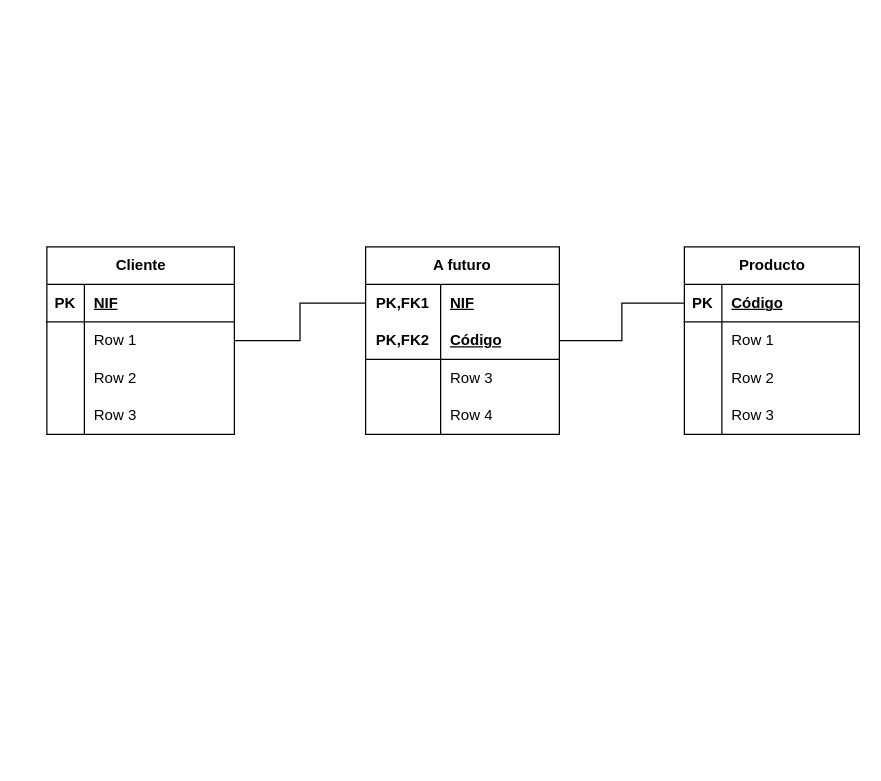
Earlier version of the draw.io diagram EjercicioCalificable.drawio (GRMiguelAngel/Base-Datos). Source tidied: cells renumbered, new cells numbered last; positions are measured from the earlier drawing's top-left corner, leaving out a move shared by most shapes. Both pictures are drawn from the tidied source at 125%, with x=0, y=0 at pixel (46, 246).
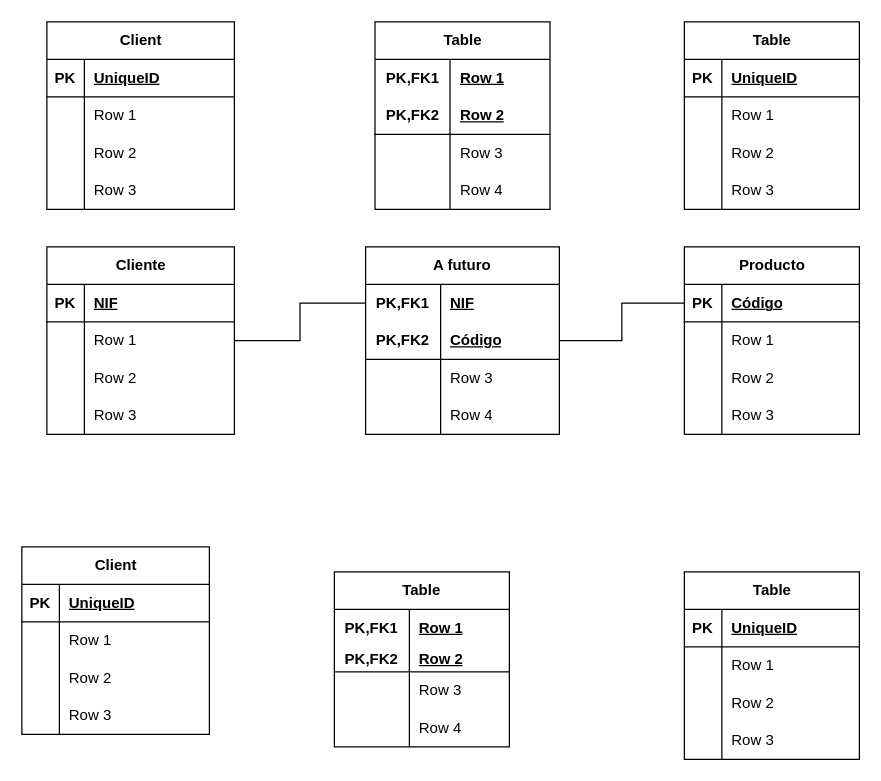
After the change.

Diff of the diagram source:
```diff
@@
+    <mxCell id="43" value="Client" style="shape=table;startSize=30;childLayout=tableLayout;rowLines=0;fontStyle=1;align=center;html=1;" parent="1" vertex="1">
+      <mxGeometry y="-180" width="150" height="150" as="geometry" />
+    </mxCell>
+    <mxCell id="44" style="shape=tableRow;horizontal=0;startSize=0;swimlaneHead=0;swimlaneBody=0;fillColor=none;top=0;left=0;right=0;bottom=1;" parent="43" vertex="1">
+      <mxGeometry y="30" width="150" height="30" as="geometry" />
+    </mxCell>
+    <mxCell id="45" value="PK" style="shape=partialRectangle;fillColor=none;top=0;left=0;bottom=0;right=0;fontStyle=1;overflow=hidden;whiteSpace=wrap;html=1;" parent="44" vertex="1">
+      <mxGeometry width="30" height="30" as="geometry" />
+    </mxCell>
+    <mxCell id="46" value="UniqueID" style="shape=partialRectangle;fillColor=none;top=0;left=0;bottom=0;right=0;align=left;spacingLeft=6;fontStyle=5;overflow=hidden;whiteSpace=wrap;html=1;" parent="44" vertex="1">
+      <mxGeometry x="30" width="120" height="30" as="geometry" />
+    </mxCell>
+    <mxCell id="47" style="shape=tableRow;horizontal=0;startSize=0;swimlaneHead=0;swimlaneBody=0;fillColor=none;top=0;left=0;right=0;bottom=0;" parent="43" vertex="1">
+      <mxGeometry y="60" width="150" height="30" as="geometry" />
+    </mxCell>
+    <mxCell id="48" style="shape=partialRectangle;fillColor=none;top=0;left=0;bottom=0;right=0;overflow=hidden;whiteSpace=wrap;html=1;" parent="47" vertex="1">
+      <mxGeometry width="30" height="30" as="geometry" />
+    </mxCell>
+    <mxCell id="49" value="Row 1" style="shape=partialRectangle;fillColor=none;top=0;left=0;bottom=0;right=0;align=left;spacingLeft=6;overflow=hidden;whiteSpace=wrap;html=1;" parent="47" vertex="1">
+      <mxGeometry x="30" width="120" height="30" as="geometry" />
+    </mxCell>
+    <mxCell id="50" style="shape=tableRow;horizontal=0;startSize=0;swimlaneHead=0;swimlaneBody=0;fillColor=none;top=0;left=0;right=0;bottom=0;" parent="43" vertex="1">
+      <mxGeometry y="90" width="150" height="30" as="geometry" />
+    </mxCell>
+    <mxCell id="51" style="shape=partialRectangle;fillColor=none;top=0;left=0;bottom=0;right=0;overflow=hidden;whiteSpace=wrap;html=1;" parent="50" vertex="1">
+      <mxGeometry width="30" height="30" as="geometry" />
+    </mxCell>
+    <mxCell id="52" value="Row 2" style="shape=partialRectangle;fillColor=none;top=0;left=0;bottom=0;right=0;align=left;spacingLeft=6;overflow=hidden;whiteSpace=wrap;html=1;" parent="50" vertex="1">
+      <mxGeometry x="30" width="120" height="30" as="geometry" />
+    </mxCell>
+    <mxCell id="53" style="shape=tableRow;horizontal=0;startSize=0;swimlaneHead=0;swimlaneBody=0;fillColor=none;top=0;left=0;right=0;bottom=0;" parent="43" vertex="1">
+      <mxGeometry y="120" width="150" height="30" as="geometry" />
+    </mxCell>
+    <mxCell id="54" style="shape=partialRectangle;fillColor=none;top=0;left=0;bottom=0;right=0;overflow=hidden;whiteSpace=wrap;html=1;" parent="53" vertex="1">
+      <mxGeometry width="30" height="30" as="geometry" />
+    </mxCell>
+    <mxCell id="55" value="Row 3" style="shape=partialRectangle;fillColor=none;top=0;left=0;bottom=0;right=0;align=left;spacingLeft=6;overflow=hidden;whiteSpace=wrap;html=1;" parent="53" vertex="1">
+      <mxGeometry x="30" width="120" height="30" as="geometry" />
+    </mxCell>
+    <mxCell id="56" value="Table" style="shape=table;startSize=30;childLayout=tableLayout;rowLines=0;fontStyle=1;align=center;html=1;" parent="1" vertex="1">
+      <mxGeometry x="510" y="-180" width="140" height="150" as="geometry" />
+    </mxCell>
+    <mxCell id="57" style="shape=tableRow;horizontal=0;startSize=0;swimlaneHead=0;swimlaneBody=0;fillColor=none;top=0;left=0;right=0;bottom=1;" parent="56" vertex="1">
+      <mxGeometry y="30" width="140" height="30" as="geometry" />
+    </mxCell>
+    <mxCell id="58" value="PK" style="shape=partialRectangle;fillColor=none;top=0;left=0;bottom=0;right=0;fontStyle=1;overflow=hidden;whiteSpace=wrap;html=1;" parent="57" vertex="1">
+      <mxGeometry width="30" height="30" as="geometry" />
+    </mxCell>
+    <mxCell id="59" value="UniqueID" style="shape=partialRectangle;fillColor=none;top=0;left=0;bottom=0;right=0;align=left;spacingLeft=6;fontStyle=5;overflow=hidden;whiteSpace=wrap;html=1;" parent="57" vertex="1">
+      <mxGeometry x="30" width="110" height="30" as="geometry" />
+    </mxCell>
+    <mxCell id="60" style="shape=tableRow;horizontal=0;startSize=0;swimlaneHead=0;swimlaneBody=0;fillColor=none;top=0;left=0;right=0;bottom=0;" parent="56" vertex="1">
+      <mxGeometry y="60" width="140" height="30" as="geometry" />
+    </mxCell>
+    <mxCell id="61" style="shape=partialRectangle;fillColor=none;top=0;left=0;bottom=0;right=0;overflow=hidden;whiteSpace=wrap;html=1;" parent="60" vertex="1">
+      <mxGeometry width="30" height="30" as="geometry" />
+    </mxCell>
+    <mxCell id="62" value="Row 1" style="shape=partialRectangle;fillColor=none;top=0;left=0;bottom=0;right=0;align=left;spacingLeft=6;overflow=hidden;whiteSpace=wrap;html=1;" parent="60" vertex="1">
+      <mxGeometry x="30" width="110" height="30" as="geometry" />
+    </mxCell>
+    <mxCell id="63" style="shape=tableRow;horizontal=0;startSize=0;swimlaneHead=0;swimlaneBody=0;fillColor=none;top=0;left=0;right=0;bottom=0;" parent="56" vertex="1">
+      <mxGeometry y="90" width="140" height="30" as="geometry" />
+    </mxCell>
+    <mxCell id="64" style="shape=partialRectangle;fillColor=none;top=0;left=0;bottom=0;right=0;overflow=hidden;whiteSpace=wrap;html=1;" parent="63" vertex="1">
+      <mxGeometry width="30" height="30" as="geometry" />
+    </mxCell>
+    <mxCell id="65" value="Row 2" style="shape=partialRectangle;fillColor=none;top=0;left=0;bottom=0;right=0;align=left;spacingLeft=6;overflow=hidden;whiteSpace=wrap;html=1;" parent="63" vertex="1">
+      <mxGeometry x="30" width="110" height="30" as="geometry" />
+    </mxCell>
+    <mxCell id="66" style="shape=tableRow;horizontal=0;startSize=0;swimlaneHead=0;swimlaneBody=0;fillColor=none;top=0;left=0;right=0;bottom=0;" parent="56" vertex="1">
+      <mxGeometry y="120" width="140" height="30" as="geometry" />
+    </mxCell>
+    <mxCell id="67" style="shape=partialRectangle;fillColor=none;top=0;left=0;bottom=0;right=0;overflow=hidden;whiteSpace=wrap;html=1;" parent="66" vertex="1">
+      <mxGeometry width="30" height="30" as="geometry" />
+    </mxCell>
+    <mxCell id="68" value="Row 3" style="shape=partialRectangle;fillColor=none;top=0;left=0;bottom=0;right=0;align=left;spacingLeft=6;overflow=hidden;whiteSpace=wrap;html=1;" parent="66" vertex="1">
+      <mxGeometry x="30" width="110" height="30" as="geometry" />
+    </mxCell>
+    <mxCell id="69" value="Table" style="shape=table;startSize=30;childLayout=tableLayout;rowLines=0;fontStyle=1;align=center;html=1;whiteSpace=wrap;" parent="1" vertex="1">
+      <mxGeometry x="262.5" y="-180" width="140" height="150" as="geometry" />
+    </mxCell>
+    <mxCell id="70" style="shape=tableRow;horizontal=0;startSize=0;swimlaneHead=0;swimlaneBody=0;fillColor=none;top=0;left=0;right=0;bottom=0;html=1;" parent="69" vertex="1">
+      <mxGeometry y="30" width="140" height="30" as="geometry" />
+    </mxCell>
+    <mxCell id="71" value="PK,FK1" style="shape=partialRectangle;fillColor=none;top=0;left=0;bottom=0;right=0;fontStyle=1;overflow=hidden;html=1;whiteSpace=wrap;" parent="70" vertex="1">
+      <mxGeometry width="60" height="30" as="geometry" />
+    </mxCell>
+    <mxCell id="72" value="Row 1" style="shape=partialRectangle;fillColor=none;top=0;left=0;bottom=0;right=0;align=left;spacingLeft=6;fontStyle=5;overflow=hidden;html=1;whiteSpace=wrap;" parent="70" vertex="1">
+      <mxGeometry x="60" width="80" height="30" as="geometry" />
+    </mxCell>
+    <mxCell id="73" style="shape=tableRow;horizontal=0;startSize=0;swimlaneHead=0;swimlaneBody=0;fillColor=none;top=0;left=0;right=0;bottom=1;html=1;" parent="69" vertex="1">
+      <mxGeometry y="60" width="140" height="30" as="geometry" />
+    </mxCell>
+    <mxCell id="74" value="PK,FK2" style="shape=partialRectangle;fillColor=none;top=0;left=0;bottom=0;right=0;fontStyle=1;overflow=hidden;html=1;whiteSpace=wrap;" parent="73" vertex="1">
+      <mxGeometry width="60" height="30" as="geometry" />
+    </mxCell>
+    <mxCell id="75" value="Row 2" style="shape=partialRectangle;fillColor=none;top=0;left=0;bottom=0;right=0;align=left;spacingLeft=6;fontStyle=5;overflow=hidden;html=1;whiteSpace=wrap;" parent="73" vertex="1">
+      <mxGeometry x="60" width="80" height="30" as="geometry" />
+    </mxCell>
+    <mxCell id="76" style="shape=tableRow;horizontal=0;startSize=0;swimlaneHead=0;swimlaneBody=0;fillColor=none;top=0;left=0;right=0;bottom=0;html=1;" parent="69" vertex="1">
+      <mxGeometry y="90" width="140" height="30" as="geometry" />
+    </mxCell>
+    <mxCell id="77" style="shape=partialRectangle;fillColor=none;top=0;left=0;bottom=0;right=0;overflow=hidden;html=1;whiteSpace=wrap;" parent="76" vertex="1">
+      <mxGeometry width="60" height="30" as="geometry" />
+    </mxCell>
+    <mxCell id="78" value="Row 3" style="shape=partialRectangle;fillColor=none;top=0;left=0;bottom=0;right=0;align=left;spacingLeft=6;overflow=hidden;html=1;whiteSpace=wrap;" parent="76" vertex="1">
+      <mxGeometry x="60" width="80" height="30" as="geometry" />
+    </mxCell>
+    <mxCell id="79" style="shape=tableRow;horizontal=0;startSize=0;swimlaneHead=0;swimlaneBody=0;fillColor=none;top=0;left=0;right=0;bottom=0;html=1;" parent="69" vertex="1">
+      <mxGeometry y="120" width="140" height="30" as="geometry" />
+    </mxCell>
+    <mxCell id="80" style="shape=partialRectangle;fillColor=none;top=0;left=0;bottom=0;right=0;overflow=hidden;html=1;whiteSpace=wrap;" parent="79" vertex="1">
+      <mxGeometry width="60" height="30" as="geometry" />
+    </mxCell>
+    <mxCell id="81" value="Row 4" style="shape=partialRectangle;fillColor=none;top=0;left=0;bottom=0;right=0;align=left;spacingLeft=6;overflow=hidden;html=1;whiteSpace=wrap;" parent="79" vertex="1">
+      <mxGeometry x="60" width="80" height="30" as="geometry" />
+    </mxCell>
+    <mxCell id="82" value="Table" style="shape=table;startSize=30;childLayout=tableLayout;rowLines=0;fontStyle=1;align=center;html=1;" parent="1" vertex="1">
+      <mxGeometry x="510" y="260" width="140" height="150" as="geometry" />
+    </mxCell>
+    <mxCell id="83" style="shape=tableRow;horizontal=0;startSize=0;swimlaneHead=0;swimlaneBody=0;fillColor=none;top=0;left=0;right=0;bottom=1;" parent="82" vertex="1">
+      <mxGeometry y="30" width="140" height="30" as="geometry" />
+    </mxCell>
+    <mxCell id="84" value="PK" style="shape=partialRectangle;fillColor=none;top=0;left=0;bottom=0;right=0;fontStyle=1;overflow=hidden;whiteSpace=wrap;html=1;" parent="83" vertex="1">
+      <mxGeometry width="30" height="30" as="geometry" />
+    </mxCell>
+    <mxCell id="85" value="UniqueID" style="shape=partialRectangle;fillColor=none;top=0;left=0;bottom=0;right=0;align=left;spacingLeft=6;fontStyle=5;overflow=hidden;whiteSpace=wrap;html=1;" parent="83" vertex="1">
+      <mxGeometry x="30" width="110" height="30" as="geometry" />
+    </mxCell>
+    <mxCell id="86" style="shape=tableRow;horizontal=0;startSize=0;swimlaneHead=0;swimlaneBody=0;fillColor=none;top=0;left=0;right=0;bottom=0;" parent="82" vertex="1">
+      <mxGeometry y="60" width="140" height="30" as="geometry" />
+    </mxCell>
+    <mxCell id="87" style="shape=partialRectangle;fillColor=none;top=0;left=0;bottom=0;right=0;overflow=hidden;whiteSpace=wrap;html=1;" parent="86" vertex="1">
+      <mxGeometry width="30" height="30" as="geometry" />
+    </mxCell>
+    <mxCell id="88" value="Row 1" style="shape=partialRectangle;fillColor=none;top=0;left=0;bottom=0;right=0;align=left;spacingLeft=6;overflow=hidden;whiteSpace=wrap;html=1;" parent="86" vertex="1">
+      <mxGeometry x="30" width="110" height="30" as="geometry" />
+    </mxCell>
+    <mxCell id="89" style="shape=tableRow;horizontal=0;startSize=0;swimlaneHead=0;swimlaneBody=0;fillColor=none;top=0;left=0;right=0;bottom=0;" parent="82" vertex="1">
+      <mxGeometry y="90" width="140" height="30" as="geometry" />
+    </mxCell>
+    <mxCell id="90" style="shape=partialRectangle;fillColor=none;top=0;left=0;bottom=0;right=0;overflow=hidden;whiteSpace=wrap;html=1;" parent="89" vertex="1">
+      <mxGeometry width="30" height="30" as="geometry" />
+    </mxCell>
+    <mxCell id="91" value="Row 2" style="shape=partialRectangle;fillColor=none;top=0;left=0;bottom=0;right=0;align=left;spacingLeft=6;overflow=hidden;whiteSpace=wrap;html=1;" parent="89" vertex="1">
+      <mxGeometry x="30" width="110" height="30" as="geometry" />
+    </mxCell>
+    <mxCell id="92" style="shape=tableRow;horizontal=0;startSize=0;swimlaneHead=0;swimlaneBody=0;fillColor=none;top=0;left=0;right=0;bottom=0;" parent="82" vertex="1">
+      <mxGeometry y="120" width="140" height="30" as="geometry" />
+    </mxCell>
+    <mxCell id="93" style="shape=partialRectangle;fillColor=none;top=0;left=0;bottom=0;right=0;overflow=hidden;whiteSpace=wrap;html=1;" parent="92" vertex="1">
+      <mxGeometry width="30" height="30" as="geometry" />
+    </mxCell>
+    <mxCell id="94" value="Row 3" style="shape=partialRectangle;fillColor=none;top=0;left=0;bottom=0;right=0;align=left;spacingLeft=6;overflow=hidden;whiteSpace=wrap;html=1;" parent="92" vertex="1">
+      <mxGeometry x="30" width="110" height="30" as="geometry" />
+    </mxCell>
+    <mxCell id="95" value="Table" style="shape=table;startSize=30;childLayout=tableLayout;rowLines=0;fontStyle=1;align=center;html=1;whiteSpace=wrap;" parent="1" vertex="1">
+      <mxGeometry x="230" y="260" width="140" height="140" as="geometry" />
+    </mxCell>
+    <mxCell id="96" style="shape=tableRow;horizontal=0;startSize=0;swimlaneHead=0;swimlaneBody=0;fillColor=none;top=0;left=0;right=0;bottom=0;html=1;" parent="95" vertex="1">
+      <mxGeometry y="30" width="140" height="30" as="geometry" />
+    </mxCell>
+    <mxCell id="97" value="PK,FK1" style="shape=partialRectangle;fillColor=none;top=0;left=0;bottom=0;right=0;fontStyle=1;overflow=hidden;html=1;whiteSpace=wrap;" parent="96" vertex="1">
+      <mxGeometry width="60" height="30" as="geometry" />
+    </mxCell>
+    <mxCell id="98" value="Row 1" style="shape=partialRectangle;fillColor=none;top=0;left=0;bottom=0;right=0;align=left;spacingLeft=6;fontStyle=5;overflow=hidden;html=1;whiteSpace=wrap;" parent="96" vertex="1">
+      <mxGeometry x="60" width="80" height="30" as="geometry" />
+    </mxCell>
+    <mxCell id="99" style="shape=tableRow;horizontal=0;startSize=0;swimlaneHead=0;swimlaneBody=0;fillColor=none;top=0;left=0;right=0;bottom=1;html=1;" parent="95" vertex="1">
+      <mxGeometry y="60" width="140" height="20" as="geometry" />
+    </mxCell>
+    <mxCell id="100" value="PK,FK2" style="shape=partialRectangle;fillColor=none;top=0;left=0;bottom=0;right=0;fontStyle=1;overflow=hidden;html=1;whiteSpace=wrap;" parent="99" vertex="1">
+      <mxGeometry width="60" height="20" as="geometry" />
+    </mxCell>
+    <mxCell id="101" value="Row 2" style="shape=partialRectangle;fillColor=none;top=0;left=0;bottom=0;right=0;align=left;spacingLeft=6;fontStyle=5;overflow=hidden;html=1;whiteSpace=wrap;" parent="99" vertex="1">
+      <mxGeometry x="60" width="80" height="20" as="geometry" />
+    </mxCell>
+    <mxCell id="102" style="shape=tableRow;horizontal=0;startSize=0;swimlaneHead=0;swimlaneBody=0;fillColor=none;top=0;left=0;right=0;bottom=0;html=1;" parent="95" vertex="1">
+      <mxGeometry y="80" width="140" height="30" as="geometry" />
+    </mxCell>
+    <mxCell id="103" style="shape=partialRectangle;fillColor=none;top=0;left=0;bottom=0;right=0;overflow=hidden;html=1;whiteSpace=wrap;" parent="102" vertex="1">
+      <mxGeometry width="60" height="30" as="geometry" />
+    </mxCell>
+    <mxCell id="104" value="Row 3" style="shape=partialRectangle;fillColor=none;top=0;left=0;bottom=0;right=0;align=left;spacingLeft=6;overflow=hidden;html=1;whiteSpace=wrap;" parent="102" vertex="1">
+      <mxGeometry x="60" width="80" height="30" as="geometry" />
+    </mxCell>
+    <mxCell id="105" style="shape=tableRow;horizontal=0;startSize=0;swimlaneHead=0;swimlaneBody=0;fillColor=none;top=0;left=0;right=0;bottom=0;html=1;" parent="95" vertex="1">
+      <mxGeometry y="110" width="140" height="30" as="geometry" />
+    </mxCell>
+    <mxCell id="106" style="shape=partialRectangle;fillColor=none;top=0;left=0;bottom=0;right=0;overflow=hidden;html=1;whiteSpace=wrap;" parent="105" vertex="1">
+      <mxGeometry width="60" height="30" as="geometry" />
+    </mxCell>
+    <mxCell id="107" value="Row 4" style="shape=partialRectangle;fillColor=none;top=0;left=0;bottom=0;right=0;align=left;spacingLeft=6;overflow=hidden;html=1;whiteSpace=wrap;" parent="105" vertex="1">
+      <mxGeometry x="60" width="80" height="30" as="geometry" />
+    </mxCell>
+    <mxCell id="108" value="Client" style="shape=table;startSize=30;childLayout=tableLayout;rowLines=0;fontStyle=1;align=center;html=1;" parent="1" vertex="1">
+      <mxGeometry x="-20" y="240" width="150" height="150" as="geometry" />
+    </mxCell>
+    <mxCell id="109" style="shape=tableRow;horizontal=0;startSize=0;swimlaneHead=0;swimlaneBody=0;fillColor=none;top=0;left=0;right=0;bottom=1;" parent="108" vertex="1">
+      <mxGeometry y="30" width="150" height="30" as="geometry" />
+    </mxCell>
+    <mxCell id="110" value="PK" style="shape=partialRectangle;fillColor=none;top=0;left=0;bottom=0;right=0;fontStyle=1;overflow=hidden;whiteSpace=wrap;html=1;" parent="109" vertex="1">
+      <mxGeometry width="30" height="30" as="geometry" />
+    </mxCell>
+    <mxCell id="111" value="UniqueID" style="shape=partialRectangle;fillColor=none;top=0;left=0;bottom=0;right=0;align=left;spacingLeft=6;fontStyle=5;overflow=hidden;whiteSpace=wrap;html=1;" parent="109" vertex="1">
+      <mxGeometry x="30" width="120" height="30" as="geometry" />
+    </mxCell>
+    <mxCell id="112" style="shape=tableRow;horizontal=0;startSize=0;swimlaneHead=0;swimlaneBody=0;fillColor=none;top=0;left=0;right=0;bottom=0;" parent="108" vertex="1">
+      <mxGeometry y="60" width="150" height="30" as="geometry" />
+    </mxCell>
+    <mxCell id="113" style="shape=partialRectangle;fillColor=none;top=0;left=0;bottom=0;right=0;overflow=hidden;whiteSpace=wrap;html=1;" parent="112" vertex="1">
+      <mxGeometry width="30" height="30" as="geometry" />
+    </mxCell>
+    <mxCell id="114" value="Row 1" style="shape=partialRectangle;fillColor=none;top=0;left=0;bottom=0;right=0;align=left;spacingLeft=6;overflow=hidden;whiteSpace=wrap;html=1;" parent="112" vertex="1">
+      <mxGeometry x="30" width="120" height="30" as="geometry" />
+    </mxCell>
+    <mxCell id="115" style="shape=tableRow;horizontal=0;startSize=0;swimlaneHead=0;swimlaneBody=0;fillColor=none;top=0;left=0;right=0;bottom=0;" parent="108" vertex="1">
+      <mxGeometry y="90" width="150" height="30" as="geometry" />
+    </mxCell>
+    <mxCell id="116" style="shape=partialRectangle;fillColor=none;top=0;left=0;bottom=0;right=0;overflow=hidden;whiteSpace=wrap;html=1;" parent="115" vertex="1">
+      <mxGeometry width="30" height="30" as="geometry" />
+    </mxCell>
+    <mxCell id="117" value="Row 2" style="shape=partialRectangle;fillColor=none;top=0;left=0;bottom=0;right=0;align=left;spacingLeft=6;overflow=hidden;whiteSpace=wrap;html=1;" parent="115" vertex="1">
+      <mxGeometry x="30" width="120" height="30" as="geometry" />
+    </mxCell>
+    <mxCell id="118" style="shape=tableRow;horizontal=0;startSize=0;swimlaneHead=0;swimlaneBody=0;fillColor=none;top=0;left=0;right=0;bottom=0;" parent="108" vertex="1">
+      <mxGeometry y="120" width="150" height="30" as="geometry" />
+    </mxCell>
+    <mxCell id="119" style="shape=partialRectangle;fillColor=none;top=0;left=0;bottom=0;right=0;overflow=hidden;whiteSpace=wrap;html=1;" parent="118" vertex="1">
+      <mxGeometry width="30" height="30" as="geometry" />
+    </mxCell>
+    <mxCell id="120" value="Row 3" style="shape=partialRectangle;fillColor=none;top=0;left=0;bottom=0;right=0;align=left;spacingLeft=6;overflow=hidden;whiteSpace=wrap;html=1;" parent="118" vertex="1">
+      <mxGeometry x="30" width="120" height="30" as="geometry" />
+    </mxCell>
```
